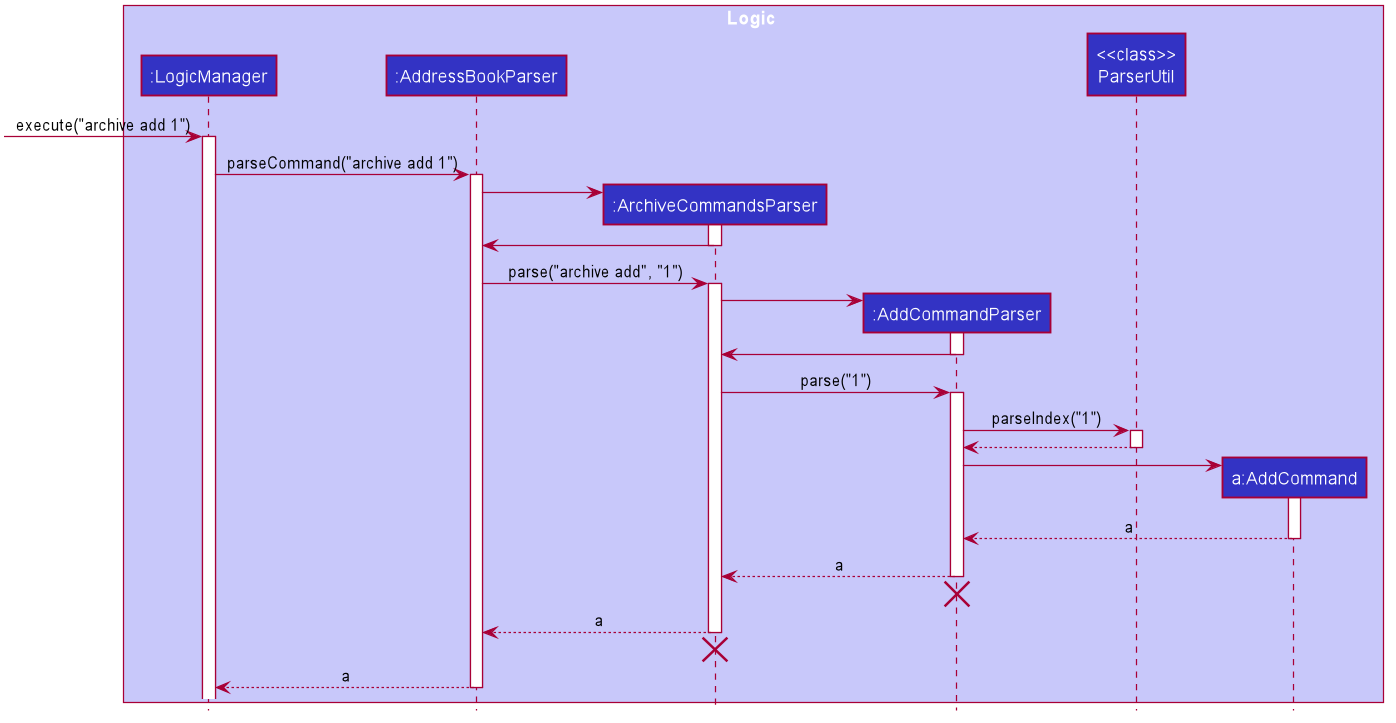
Earlier version of the PlantUML export docs/images/ArchiveAddSequenceDiagram.png (sebastiantoh/tp). The source it was exported from:
```plantuml
@startuml








skinparam BackgroundColor #FFFFFFF

skinparam Shadowing false

skinparam Class {
    FontColor #FFFFFF
    BorderThickness 1
    BorderColor #FFFFFF
    StereotypeFontColor #FFFFFF
    FontName Arial
}

skinparam Actor {
    BorderColor #000000
    Color #000000
    FontName Arial
}

skinparam Sequence {
    MessageAlign center
    BoxFontSize 15
    BoxPadding 0
    BoxFontColor #FFFFFF
    FontName Arial
}

skinparam Participant {
    FontColor #FFFFFFF
    Padding 20
}


skinparam ClassAttributeFontColor white
skinparam MinClassWidth 50
skinparam ParticipantPadding 10
skinparam Shadowing false
skinparam DefaultTextAlignment center
skinparam packageStyle Rectangle

hide footbox
hide members
hide circle

box Logic #C8C8FA
participant ":LogicManager" as LogicManager #3333C4
participant ":AddressBookParser" as AddressBookParser #3333C4
participant ":ArchiveCommandsParser" as ArchiveCommandsParser #3333C4
participant ":AddCommandParser" as AddCommandParser #3333C4
participant "<<class>>\nParserUtil" as ParserUtil #3333C4
participant "a:AddCommand" as AddCommand #3333C4
end box

[-> LogicManager : execute("archive add 1")
activate LogicManager

LogicManager -> AddressBookParser : parseCommand("archive add 1")
activate AddressBookParser

create ArchiveCommandsParser
AddressBookParser -> ArchiveCommandsParser
activate ArchiveCommandsParser

ArchiveCommandsParser -> AddressBookParser
deactivate ArchiveCommandsParser

AddressBookParser -> ArchiveCommandsParser : parse("archive add", "1")
activate ArchiveCommandsParser

create AddCommandParser
ArchiveCommandsParser -> AddCommandParser
activate AddCommandParser

AddCommandParser -> ArchiveCommandsParser
deactivate AddCommandParser

ArchiveCommandsParser -> AddCommandParser : parse("1")
activate AddCommandParser

AddCommandParser -> ParserUtil : parseIndex("1")
activate ParserUtil

ParserUtil --> AddCommandParser
deactivate ParserUtil

create AddCommand
AddCommandParser -> AddCommand
activate AddCommand

AddCommand --> AddCommandParser : a
deactivate AddCommand

AddCommandParser --> ArchiveCommandsParser : a
deactivate AddCommandParser

AddCommandParser -[hidden]-> ArchiveCommandsParser
destroy AddCommandParser

ArchiveCommandsParser --> AddressBookParser : a
deactivate ArchiveCommandsParser

ArchiveCommandsParser -[hidden]-> AddressBookParser
destroy ArchiveCommandsParser

AddressBookParser --> LogicManager : a
deactivate AddressBookParser
@enduml
```
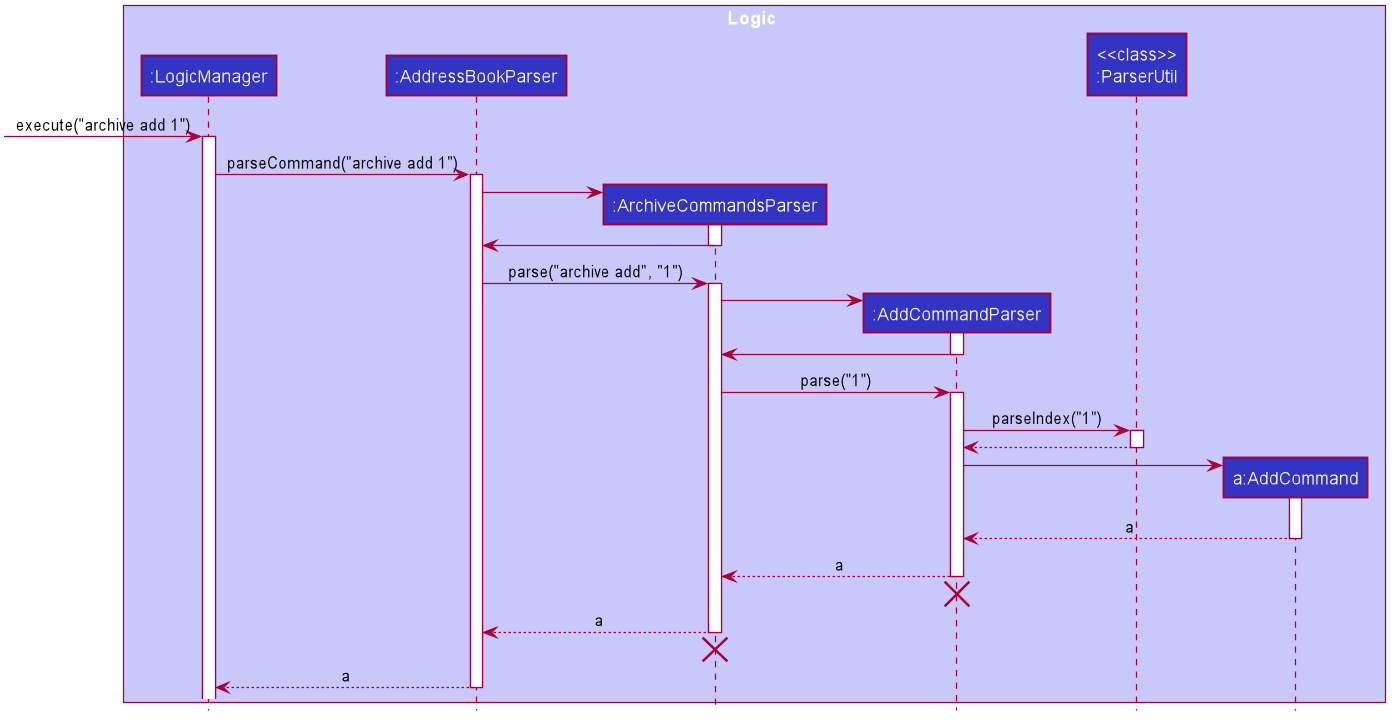
Above is the later version.

Change to the diagram source:
```diff
@@ -55,7 +55,7 @@
 participant ":AddressBookParser" as AddressBookParser #3333C4
 participant ":ArchiveCommandsParser" as ArchiveCommandsParser #3333C4
 participant ":AddCommandParser" as AddCommandParser #3333C4
-participant "<<class>>\nParserUtil" as ParserUtil #3333C4
+participant "<<class>>\n:ParserUtil" as ParserUtil #3333C4
 participant "a:AddCommand" as AddCommand #3333C4
 end box
 
```
